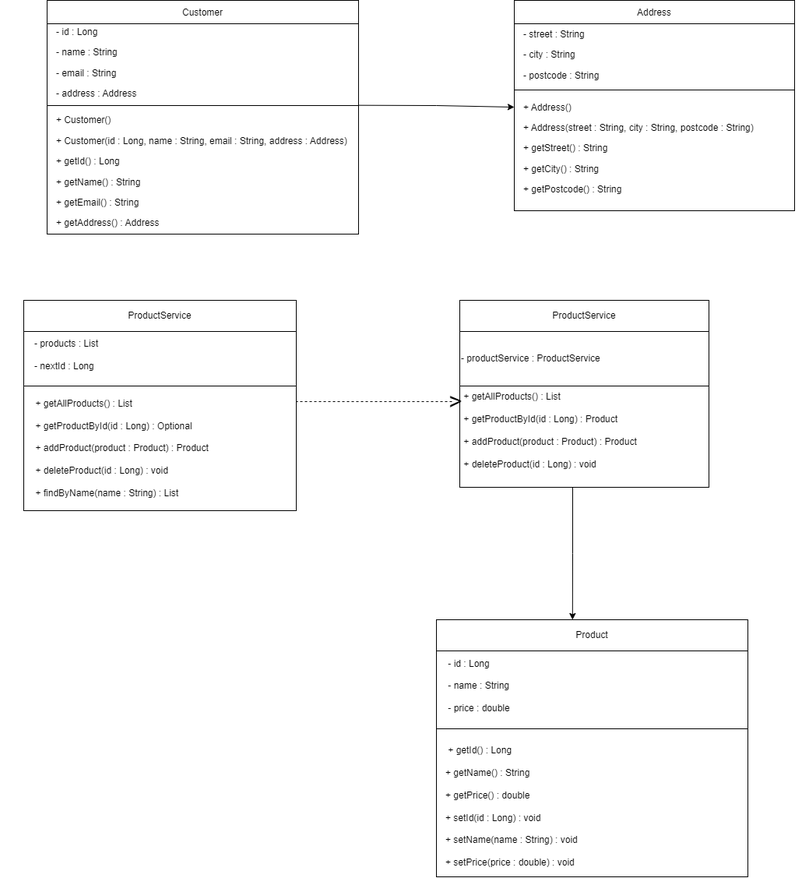
mngamage/products-api keeps this draw.io diagram as products-api/docs/uml/Tutorial 3.drawio.png. Above is the earlier version. Source tidied: cells renumbered, new cells last; positions are measured from the earlier drawing's top-left corner, leaving out a move shared by most shapes.
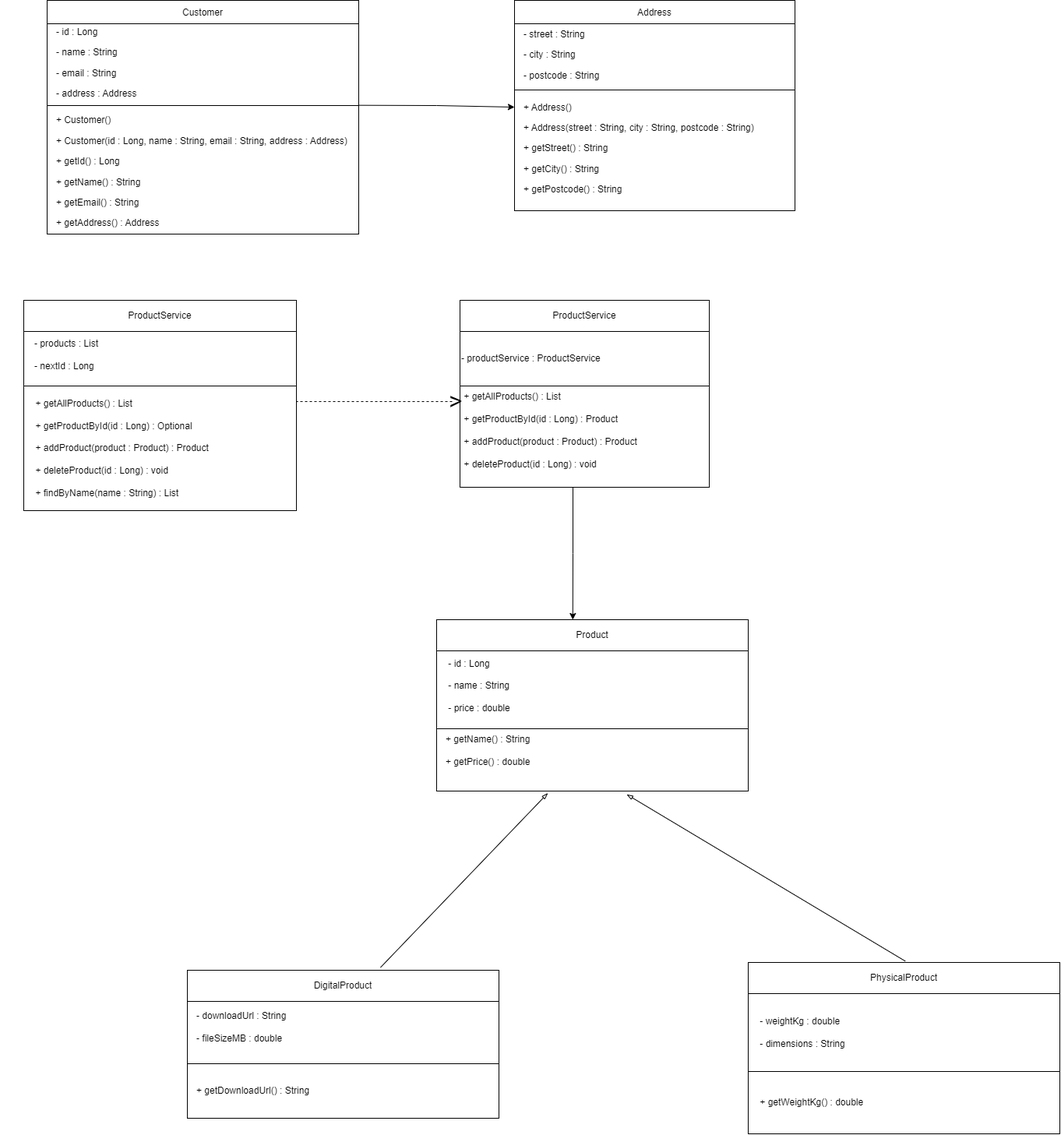
Above is the later version.

Commit message:
Tutorial 4: inheritance hierarchy - DigitalProduct and PhysicalProduct

Diff of the diagram source:
```diff
@@ -52,7 +52,7 @@
       </mxGeometry>
     </mxCell>
     <mxCell id="17" style="shape=table;startSize=0;fixedHeader=1;tableRender=collapsed;swimlaneFillColor=default;" parent="1" vertex="1">
-      <mxGeometry x="560" y="795" width="400" height="330" as="geometry" />
+      <mxGeometry x="560" y="795" width="400" height="220" as="geometry" />
     </mxCell>
     <mxCell id="18" style="shape=tableRow;horizontal=0;startSize=0;swimlaneHead=0;swimlaneBody=0;strokeColor=inherit;fillColor=none;points=[[0,0.5],[1,0.5]];portConstraint=eastwest;fixedHeader=1;" parent="17" vertex="1">
       <mxGeometry width="400" height="40" as="geometry" />
@@ -67,16 +67,16 @@
       <mxGeometry width="400" height="100" as="geometry" />
     </mxCell>
     <mxCell id="22" style="shape=tableRow;horizontal=0;startSize=0;swimlaneHead=0;swimlaneBody=0;strokeColor=inherit;fillColor=none;points=[[0,0.5],[1,0.5]];portConstraint=eastwest;fixedHeader=1;" parent="17" vertex="1">
-      <mxGeometry y="140" width="400" height="190" as="geometry" />
+      <mxGeometry y="140" width="400" height="80" as="geometry" />
     </mxCell>
     <mxCell id="23" style="shape=partialRectangle;html=1;whiteSpace=wrap;strokeColor=inherit;overflow=hidden;fillColor=none;" parent="22" vertex="1">
-      <mxGeometry width="400" height="190" as="geometry" />
+      <mxGeometry width="400" height="80" as="geometry" />
     </mxCell>
     <mxCell id="24" value="&amp;nbsp;- id : Long&amp;nbsp;&lt;div&gt;&lt;br&gt;&lt;div&gt;&amp;nbsp;- name : String&lt;/div&gt;&lt;div&gt;&lt;br&gt;&lt;/div&gt;&lt;div&gt;&amp;nbsp;- price : double&amp;nbsp;&lt;/div&gt;&lt;/div&gt;" style="text;html=1;whiteSpace=wrap;strokeColor=none;fillColor=none;align=left;verticalAlign=middle;rounded=0;" parent="1" vertex="1">
       <mxGeometry x="570" y="845" width="90" height="70" as="geometry" />
     </mxCell>
-    <mxCell id="25" value="&amp;nbsp;+ getId() : Long&lt;div&gt;&amp;nbsp; &lt;br&gt;+ getName() : String&lt;/div&gt;&lt;div&gt;&amp;nbsp; &lt;br&gt;+ getPrice() : double&lt;/div&gt;&lt;div&gt;&amp;nbsp; &lt;br&gt;+ setId(id : Long) : void&lt;/div&gt;&lt;div&gt;&amp;nbsp; &lt;br&gt;+ setName(name : String) : void&lt;/div&gt;&lt;div&gt;&amp;nbsp; &lt;br&gt;+ setPrice(price : double) : void&amp;nbsp;&lt;/div&gt;" style="text;html=1;whiteSpace=wrap;strokeColor=none;fillColor=none;align=left;verticalAlign=middle;rounded=0;" parent="1" vertex="1">
-      <mxGeometry x="570" y="955" width="240" height="160" as="geometry" />
+    <mxCell id="25" value="&lt;div&gt;+ getName() : String&lt;/div&gt;&lt;div&gt;&amp;nbsp; &lt;br&gt;+ getPrice() : double&lt;/div&gt;&lt;div&gt;&amp;nbsp;&lt;span style=&quot;background-color: transparent; color: light-dark(#000000, var(--ge-light-color, #ffffff));&quot;&gt;&amp;nbsp;&lt;/span&gt;&lt;/div&gt;" style="text;html=1;whiteSpace=wrap;strokeColor=none;fillColor=none;align=left;verticalAlign=middle;rounded=0;" parent="1" vertex="1">
+      <mxGeometry x="570" y="945" width="130" height="50" as="geometry" />
     </mxCell>
     <mxCell id="26" style="shape=table;startSize=0;fixedHeader=1;tableRender=collapsed;" parent="1" vertex="1">
       <mxGeometry x="30" y="385" width="350" height="270" as="geometry" />
@@ -141,5 +141,61 @@
     <mxCell id="45" style="edgeStyle=orthogonalEdgeStyle;rounded=0;jettySize=auto;html=1;exitX=0.5;exitY=1;exitDx=0;exitDy=0;entryX=0.437;entryY=0;entryDx=0;entryDy=0;entryPerimeter=0;" parent="1" edge="1" source="42" target="18">
       <mxGeometry relative="1" as="geometry" />
     </mxCell>
+    <mxCell id="46" style="edgeStyle=orthogonalEdgeStyle;rounded=0;jettySize=auto;html=1;exitX=0.5;exitY=0;exitDx=0;exitDy=0;entryX=0.447;entryY=-0.088;entryDx=0;entryDy=0;entryPerimeter=0;strokeColor=none;" parent="1" edge="1" source="47" target="55">
+      <mxGeometry x="-0.07" relative="1" as="geometry">
+        <Array as="points">
+          <mxPoint x="1210" y="1065" />
+          <mxPoint x="228.8" y="1065" />
+        </Array>
+      </mxGeometry>
+    </mxCell>
+    <mxCell id="47" style="shape=table;startSize=0;fixedHeader=1;tableRender=collapsed;swimlaneFillColor=default;" parent="1" vertex="1">
+      <mxGeometry x="960" y="1235" width="400" height="220" as="geometry" />
+    </mxCell>
+    <mxCell id="48" style="shape=tableRow;horizontal=0;startSize=0;swimlaneHead=0;swimlaneBody=0;strokeColor=inherit;fillColor=none;points=[[0,0.5],[1,0.5]];portConstraint=eastwest;fixedHeader=1;" parent="47" vertex="1">
+      <mxGeometry width="400" height="40" as="geometry" />
+    </mxCell>
+    <mxCell id="49" value="PhysicalProduct" style="shape=partialRectangle;html=1;whiteSpace=wrap;strokeColor=inherit;overflow=hidden;fillColor=none;" parent="48" vertex="1">
+      <mxGeometry width="400" height="40" as="geometry" />
+    </mxCell>
+    <mxCell id="50" style="shape=tableRow;horizontal=0;startSize=0;swimlaneHead=0;swimlaneBody=0;strokeColor=inherit;fillColor=none;fixedHeader=1;" parent="47" vertex="1">
+      <mxGeometry y="40" width="400" height="100" as="geometry" />
+    </mxCell>
+    <mxCell id="51" value="&amp;nbsp; &amp;nbsp; - weightKg : double&lt;div&gt;&lt;br&gt;&lt;div&gt;&amp;nbsp; &amp;nbsp; - dimensions : String&amp;nbsp;&amp;nbsp;&lt;/div&gt;&lt;/div&gt;" style="shape=partialRectangle;html=1;whiteSpace=wrap;strokeColor=inherit;overflow=hidden;fillColor=none;align=left;" parent="50" vertex="1">
+      <mxGeometry width="400" height="100" as="geometry" />
+    </mxCell>
+    <mxCell id="52" style="shape=tableRow;horizontal=0;startSize=0;swimlaneHead=0;swimlaneBody=0;strokeColor=inherit;fillColor=none;fixedHeader=1;" parent="47" vertex="1">
+      <mxGeometry y="140" width="400" height="80" as="geometry" />
+    </mxCell>
+    <mxCell id="53" value="&amp;nbsp; &amp;nbsp; + getWeightKg() : double" style="shape=partialRectangle;html=1;whiteSpace=wrap;strokeColor=inherit;overflow=hidden;fillColor=none;align=left;" parent="52" vertex="1">
+      <mxGeometry width="400" height="80" as="geometry" />
+    </mxCell>
+    <mxCell id="54" style="shape=table;startSize=0;fixedHeader=1;tableRender=collapsed;swimlaneFillColor=default;" parent="1" vertex="1">
+      <mxGeometry x="240" y="1245" width="400" height="190" as="geometry" />
+    </mxCell>
+    <mxCell id="55" style="shape=tableRow;horizontal=0;startSize=0;swimlaneHead=0;swimlaneBody=0;strokeColor=inherit;fillColor=none;points=[[0,0.5],[1,0.5]];portConstraint=eastwest;fixedHeader=1;" parent="54" vertex="1">
+      <mxGeometry width="400" height="40" as="geometry" />
+    </mxCell>
+    <mxCell id="56" value="DigitalProduct" style="shape=partialRectangle;html=1;whiteSpace=wrap;strokeColor=inherit;overflow=hidden;fillColor=none;" parent="55" vertex="1">
+      <mxGeometry width="400" height="40" as="geometry" />
+    </mxCell>
+    <mxCell id="57" style="shape=tableRow;horizontal=0;startSize=0;swimlaneHead=0;swimlaneBody=0;strokeColor=inherit;fillColor=none;fixedHeader=1;" parent="54" vertex="1">
+      <mxGeometry y="40" width="400" height="80" as="geometry" />
+    </mxCell>
+    <mxCell id="58" value="&amp;nbsp; &amp;nbsp;- downloadUrl : String&lt;div&gt;&amp;nbsp;&lt;div&gt;&amp;nbsp; &amp;nbsp;- fileSizeMB : double &lt;br&gt;&lt;br&gt;&lt;/div&gt;&lt;/div&gt;" style="shape=partialRectangle;html=1;whiteSpace=wrap;strokeColor=inherit;overflow=hidden;fillColor=none;align=left;" parent="57" vertex="1">
+      <mxGeometry width="400" height="80" as="geometry" />
+    </mxCell>
+    <mxCell id="59" style="shape=tableRow;horizontal=0;startSize=0;swimlaneHead=0;swimlaneBody=0;strokeColor=inherit;fillColor=none;fixedHeader=1;" parent="54" vertex="1">
+      <mxGeometry y="120" width="400" height="70" as="geometry" />
+    </mxCell>
+    <mxCell id="60" value="&lt;span style=&quot;&quot;&gt;&amp;nbsp; &amp;nbsp;+ getDownloadUrl() : String&amp;nbsp;&lt;/span&gt;" style="shape=partialRectangle;html=1;whiteSpace=wrap;strokeColor=inherit;overflow=hidden;fillColor=none;align=left;" parent="59" vertex="1">
+      <mxGeometry width="400" height="70" as="geometry" />
+    </mxCell>
+    <mxCell id="61" style="endArrow=blockThin;html=1;rounded=0;exitX=0.62;exitY=-0.09;exitDx=0;exitDy=0;exitPerimeter=0;endFill=0;entryX=0.357;entryY=1.033;entryDx=0;entryDy=0;entryPerimeter=0;" parent="1" edge="1" source="55" target="22">
+      <mxGeometry relative="1" as="geometry" />
+    </mxCell>
+    <mxCell id="62" style="endArrow=blockThin;html=1;rounded=0;exitX=0.504;exitY=-0.042;exitDx=0;exitDy=0;exitPerimeter=0;endFill=0;entryX=0.61;entryY=1.054;entryDx=0;entryDy=0;entryPerimeter=0;" parent="1" edge="1" source="48" target="22">
+      <mxGeometry relative="1" as="geometry" />
+    </mxCell>
   </root>
 </mxGraphModel>
```
